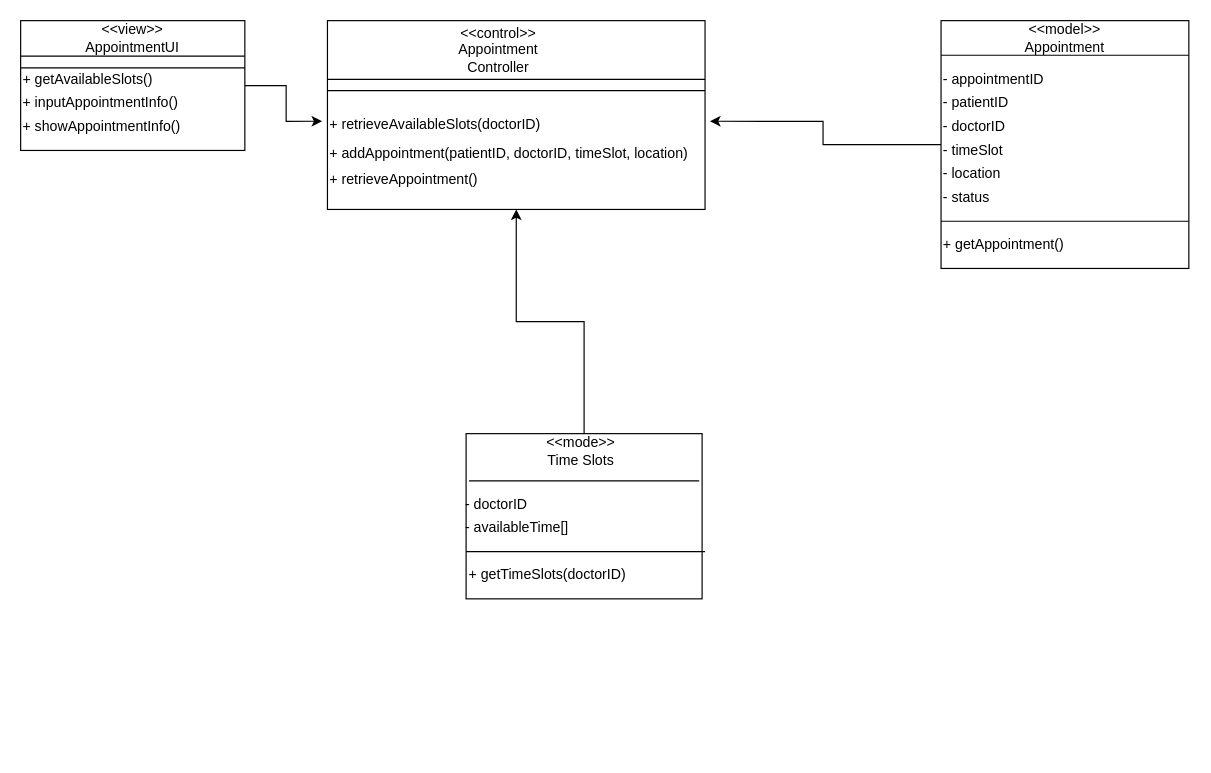
Before: page "Appointment" (3 of 5) of Untitled Diagram.drawio in SaffatZabin-17/CSE-326-Information-System-Design-Sessional-, a draw.io diagram. Source tidied: cells renumbered, new cells numbered last; positions are measured from the earlier drawing's top-left corner, leaving out a move shared by most shapes. Both pictures are drawn from the tidied source at 118%, with x=0, y=0 at pixel (20, 20).
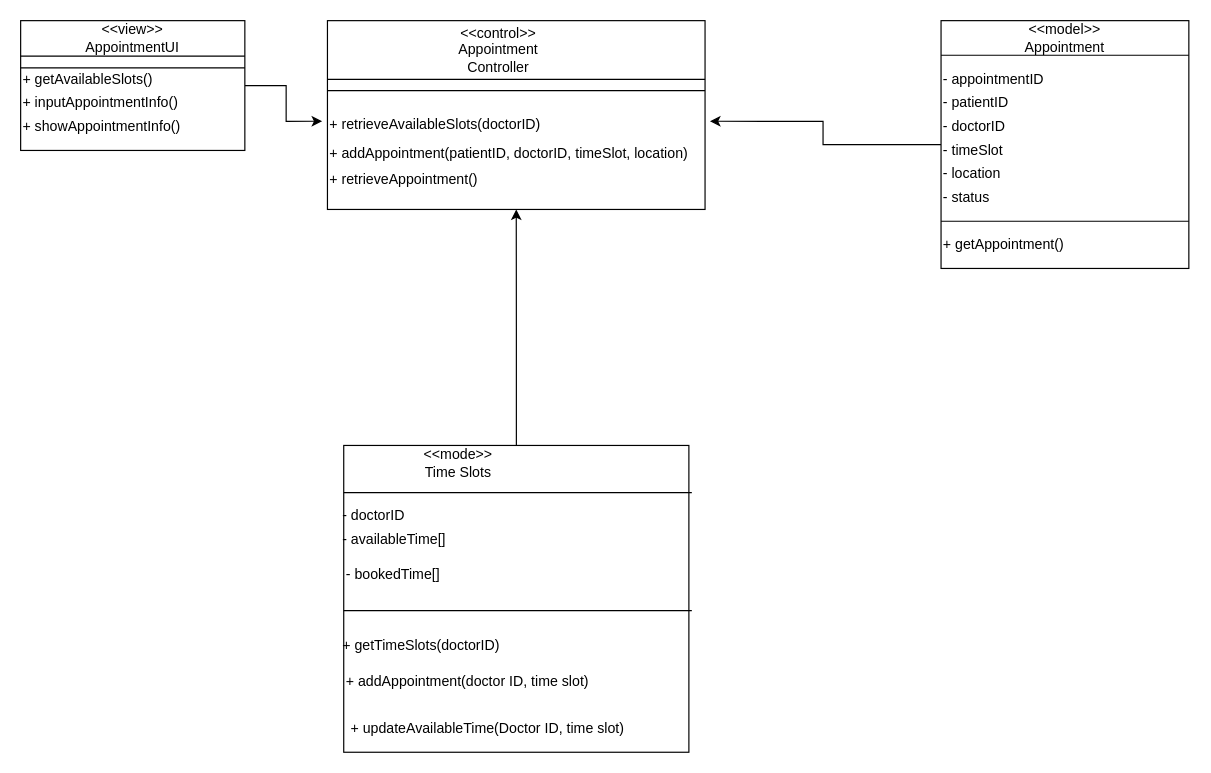
The same diagram, later.

Change to the diagram source:
```diff
@@
     <mxCell id="27" style="rounded=0;whiteSpace=wrap;html=1;" parent="1" vertex="1">
-      <mxGeometry x="377.5" y="350" width="200" height="140" as="geometry" />
+      <mxGeometry x="273.8" y="360" width="292.5" height="260" as="geometry" />
     </mxCell>
     <mxCell id="28" style="endArrow=none;html=1;rounded=0;" parent="1" edge="1">
       <mxGeometry relative="1" as="geometry">
-        <mxPoint x="380" y="390" as="sourcePoint" />
-        <mxPoint x="575" y="390" as="targetPoint" />
+        <mxPoint x="273.8" y="400" as="sourcePoint" />
+        <mxPoint x="568.8" y="400" as="targetPoint" />
       </mxGeometry>
     </mxCell>
     <mxCell id="29" value="&amp;lt;&amp;lt;mode&amp;gt;&amp;gt;&lt;br&gt;Time Slots" style="text;html=1;strokeColor=none;fillColor=none;align=center;verticalAlign=middle;whiteSpace=wrap;rounded=0;" parent="1" vertex="1">
-      <mxGeometry x="445" y="350" width="60" height="30" as="geometry" />
+      <mxGeometry x="341.2" y="360" width="60" height="30" as="geometry" />
     </mxCell>
     <mxCell id="30" value="- doctorID" style="text;html=1;strokeColor=none;fillColor=none;align=left;verticalAlign=middle;whiteSpace=wrap;rounded=0;" parent="1" vertex="1">
-      <mxGeometry x="375" y="400" width="195" height="20" as="geometry" />
+      <mxGeometry x="271.2" y="410" width="195" height="20" as="geometry" />
     </mxCell>
     <mxCell id="31" value="- availableTime[]" style="text;html=1;strokeColor=none;fillColor=none;align=left;verticalAlign=middle;whiteSpace=wrap;rounded=0;" parent="1" vertex="1">
-      <mxGeometry x="375" y="420" width="195" height="20" as="geometry" />
+      <mxGeometry x="271.2" y="430" width="195" height="20" as="geometry" />
     </mxCell>
     <mxCell id="32" style="endArrow=none;html=1;rounded=0;" parent="1" edge="1">
       <mxGeometry relative="1" as="geometry">
-        <mxPoint x="377.5" y="450" as="sourcePoint" />
-        <mxPoint x="580" y="450" as="targetPoint" />
+        <mxPoint x="273.8" y="500" as="sourcePoint" />
+        <mxPoint x="568.8" y="500" as="targetPoint" />
       </mxGeometry>
     </mxCell>
     <mxCell id="33" value="+ getTimeSlots(doctorID)" style="text;html=1;strokeColor=none;fillColor=none;align=left;verticalAlign=middle;whiteSpace=wrap;rounded=0;" parent="1" vertex="1">
-      <mxGeometry x="377.5" y="460" width="195" height="20" as="geometry" />
+      <mxGeometry x="271.2" y="520" width="195" height="20" as="geometry" />
     </mxCell>
@@
+    <mxCell id="37" value="+ addAppointment(doctor ID, time slot)" style="text;html=1;strokeColor=none;fillColor=none;align=left;verticalAlign=middle;whiteSpace=wrap;rounded=0;" parent="1" vertex="1">
+      <mxGeometry x="273.8" y="550" width="272.5" height="20" as="geometry" />
+    </mxCell>
+    <mxCell id="38" value="- bookedTime[]" style="text;html=1;strokeColor=none;fillColor=none;align=left;verticalAlign=middle;whiteSpace=wrap;rounded=0;" parent="1" vertex="1">
+      <mxGeometry x="273.8" y="460" width="195" height="20" as="geometry" />
+    </mxCell>
+    <mxCell id="39" value="+ updateAvailableTime(Doctor ID, time slot)" style="text;html=1;strokeColor=none;fillColor=none;align=left;verticalAlign=middle;whiteSpace=wrap;rounded=0;" parent="1" vertex="1">
+      <mxGeometry x="277.5" y="590" width="268.8" height="20" as="geometry" />
+    </mxCell>
```
